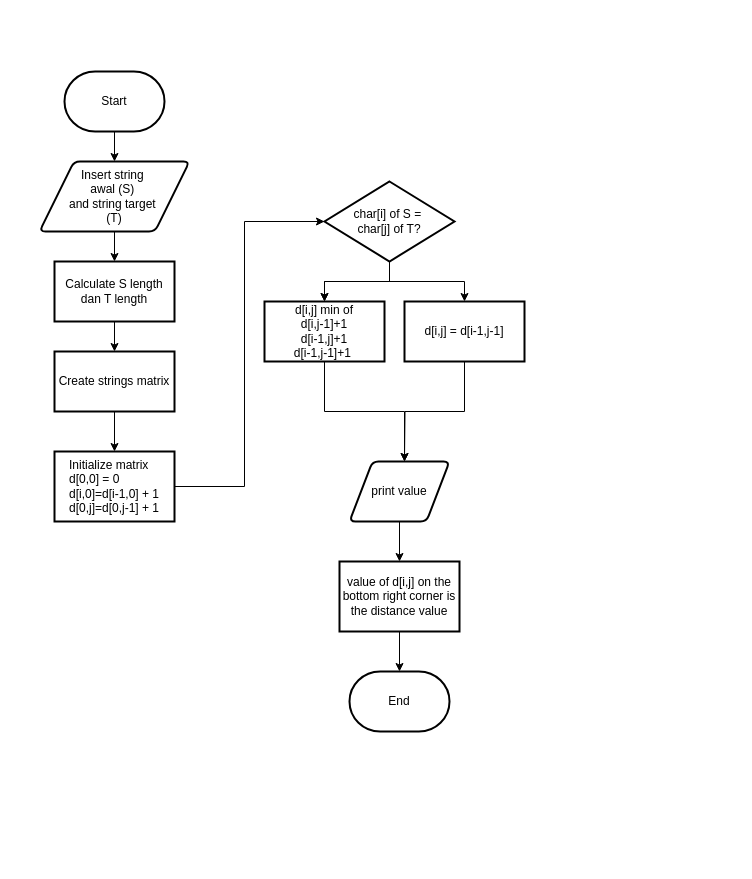
Earlier version of the draw.io diagram page "Page-1" (1 of 2) of Diagram-LD.drawio (jezreelkosasih/diagram). Source tidied: cells renumbered, new cells numbered last; positions are measured from the earlier drawing's top-left corner, leaving out a move shared by most shapes. Both pictures are drawn from the tidied source at 100%, with x=0, y=0 at pixel (39, 71).
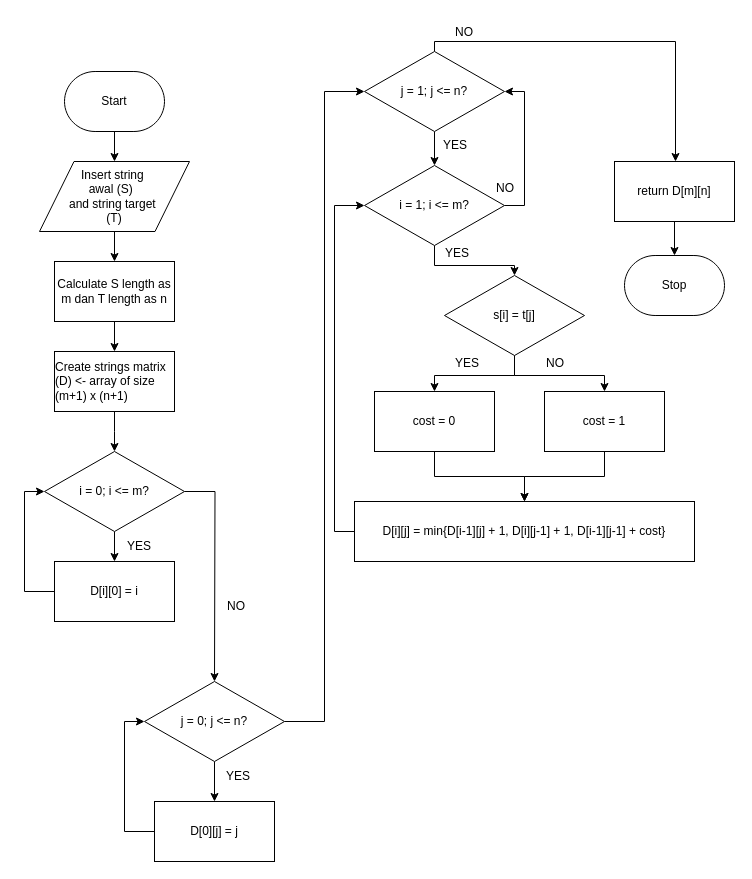
Above is the later version.

What changed in the source:
```diff
@@
-    <mxCell id="2" style="edgeStyle=orthogonalEdgeStyle;rounded=0;jettySize=auto;html=1;" parent="1" edge="1" source="13" target="5">
+    <mxCell id="2" style="edgeStyle=orthogonalEdgeStyle;rounded=0;jettySize=auto;html=1;labelBackgroundColor=none;fontColor=default;fontStyle=0;" parent="1" edge="1" source="13" target="5">
       <mxGeometry relative="1" as="geometry" />
     </mxCell>
-    <mxCell id="3" value="Start" style="strokeWidth=2;html=1;shape=mxgraph.flowchart.terminator;whiteSpace=wrap;" parent="1" vertex="1">
+    <mxCell id="3" value="Start" style="strokeWidth=1;html=1;shape=mxgraph.flowchart.terminator;whiteSpace=wrap;labelBackgroundColor=none;fontStyle=0;" parent="1" vertex="1">
       <mxGeometry x="25" width="100" height="60" as="geometry" />
     </mxCell>
-    <mxCell id="4" style="edgeStyle=orthogonalEdgeStyle;rounded=0;jettySize=auto;html=1;" parent="1" edge="1" source="5" target="7">
+    <mxCell id="4" style="edgeStyle=orthogonalEdgeStyle;rounded=0;jettySize=auto;html=1;labelBackgroundColor=none;fontColor=default;fontStyle=0;" parent="1" edge="1" source="5" target="7">
       <mxGeometry relative="1" as="geometry" />
     </mxCell>
-    <mxCell id="5" value="Calculate S length dan T length" style="whiteSpace=wrap;html=1;strokeWidth=2;" parent="1" vertex="1">
+    <mxCell id="5" value="Calculate S length as m dan T length as n" style="whiteSpace=wrap;html=1;strokeWidth=1;labelBackgroundColor=none;fontStyle=0;strokeColor=default;" parent="1" vertex="1">
       <mxGeometry x="15" y="190" width="120" height="60" as="geometry" />
     </mxCell>
-    <mxCell id="6" style="edgeStyle=orthogonalEdgeStyle;rounded=0;jettySize=auto;html=1;" parent="1" edge="1" source="15" target="11">
-      <mxGeometry relative="1" as="geometry">
-        <Array as="points">
-          <mxPoint x="205" y="415" />
-          <mxPoint x="205" y="150" />
-        </Array>
-      </mxGeometry>
-    </mxCell>
-    <mxCell id="7" value="&lt;div style=&quot;text-align: left;&quot;&gt;&lt;span style=&quot;background-color: initial;&quot;&gt;Create strings matrix&lt;/span&gt;&lt;/div&gt;" style="whiteSpace=wrap;html=1;strokeWidth=2;" parent="1" vertex="1">
+    <mxCell id="7" value="&lt;div style=&quot;text-align: left;&quot;&gt;&lt;span style=&quot;background-color: initial;&quot;&gt;Create strings matrix (D) &amp;lt;- array of size (m+1) x (n+1)&lt;/span&gt;&lt;/div&gt;" style="whiteSpace=wrap;html=1;strokeWidth=1;labelBackgroundColor=none;fontStyle=0;" parent="1" vertex="1">
       <mxGeometry x="15" y="280" width="120" height="60" as="geometry" />
     </mxCell>
-    <mxCell id="8" style="edgeStyle=orthogonalEdgeStyle;rounded=0;jettySize=auto;html=1;" parent="1" edge="1" source="11" target="17">
-      <mxGeometry relative="1" as="geometry" />
-    </mxCell>
-    <mxCell id="9" style="edgeStyle=orthogonalEdgeStyle;rounded=0;jettySize=auto;html=1;" parent="1" edge="1" source="11" target="17">
-      <mxGeometry relative="1" as="geometry" />
-    </mxCell>
-    <mxCell id="10" style="edgeStyle=orthogonalEdgeStyle;rounded=0;jettySize=auto;html=1;" parent="1" edge="1" source="11" target="19">
-      <mxGeometry relative="1" as="geometry" />
-    </mxCell>
-    <mxCell id="11" value="char[i] of S =&amp;nbsp;&lt;div&gt;char[j] of T?&lt;/div&gt;" style="rhombus;whiteSpace=wrap;html=1;strokeWidth=2;" parent="1" vertex="1">
-      <mxGeometry x="285" y="110" width="130" height="80" as="geometry" />
-    </mxCell>
-    <mxCell id="12" style="edgeStyle=orthogonalEdgeStyle;rounded=0;jettySize=auto;html=1;" parent="1" edge="1" source="3" target="13">
+    <mxCell id="12" style="edgeStyle=orthogonalEdgeStyle;rounded=0;jettySize=auto;html=1;labelBackgroundColor=none;fontColor=default;fontStyle=0;" parent="1" edge="1" source="3" target="13">
       <mxGeometry relative="1" as="geometry" />
     </mxCell>
-    <mxCell id="13" value="Insert string&amp;nbsp;&lt;div&gt;awal (S)&amp;nbsp;&lt;div&gt;and string target&amp;nbsp;&lt;/div&gt;&lt;div&gt;(T)&lt;/div&gt;&lt;/div&gt;" style="shape=parallelogram;html=1;strokeWidth=2;perimeter=parallelogramPerimeter;whiteSpace=wrap;rounded=1;arcSize=12;size=0.23;" parent="1" vertex="1">
+    <mxCell id="13" value="Insert string&amp;nbsp;&lt;div&gt;awal (S)&amp;nbsp;&amp;nbsp;&lt;div&gt;and string target&amp;nbsp;&lt;/div&gt;&lt;div&gt;(T)&lt;/div&gt;&lt;/div&gt;" style="shape=parallelogram;html=1;strokeWidth=1;perimeter=parallelogramPerimeter;whiteSpace=wrap;rounded=0;arcSize=12;size=0.23;labelBackgroundColor=none;fontStyle=0;" parent="1" vertex="1">
       <mxGeometry y="90" width="150" height="70" as="geometry" />
     </mxCell>
-    <mxCell id="14" style="edgeStyle=orthogonalEdgeStyle;rounded=0;jettySize=auto;html=1;" parent="1" edge="1" source="7" target="15">
-      <mxGeometry relative="1" as="geometry" />
+    <mxCell id="14" style="edgeStyle=orthogonalEdgeStyle;rounded=0;jettySize=auto;html=1;labelBackgroundColor=none;fontColor=default;fontStyle=0;" parent="1" edge="1" source="7">
+      <mxGeometry relative="1" as="geometry">
+        <mxPoint x="75" y="380" as="targetPoint" />
+      </mxGeometry>
     </mxCell>
-    <mxCell id="15" value="&lt;div style=&quot;text-align: left;&quot;&gt;&lt;span style=&quot;background-color: initial;&quot;&gt;Initialize matrix&lt;/span&gt;&lt;/div&gt;&lt;div style=&quot;text-align: left;&quot;&gt;&lt;span style=&quot;background-color: initial;&quot;&gt;d[0,0] = 0&lt;/span&gt;&lt;/div&gt;&lt;div style=&quot;text-align: left;&quot;&gt;&lt;span style=&quot;background-color: initial;&quot;&gt;d[i,0]=d[i-1,0] + 1&lt;/span&gt;&lt;/div&gt;&lt;div style=&quot;text-align: left;&quot;&gt;&lt;span style=&quot;background-color: initial;&quot;&gt;d[0,j]=d[0,j-1] + 1&lt;/span&gt;&lt;/div&gt;" style="whiteSpace=wrap;html=1;strokeWidth=2;" parent="1" vertex="1">
-      <mxGeometry x="15" y="380" width="120" height="70" as="geometry" />
-    </mxCell>
-    <mxCell id="16" style="edgeStyle=orthogonalEdgeStyle;rounded=0;jettySize=auto;html=1;" parent="1" edge="1" source="17">
-      <mxGeometry relative="1" as="geometry">
-        <mxPoint x="365" y="390" as="targetPoint" />
-        <Array as="points">
-          <mxPoint x="285" y="340" />
-          <mxPoint x="365" y="340" />
-        </Array>
-      </mxGeometry>
-    </mxCell>
-    <mxCell id="17" value="d[i,j] min of&lt;div&gt;d[i,j-1]+1&lt;/div&gt;&lt;div&gt;d[i-1,j]+1&lt;/div&gt;&lt;div&gt;d[i-1,j-1]+1&amp;nbsp;&lt;/div&gt;" style="whiteSpace=wrap;html=1;strokeWidth=2;" parent="1" vertex="1">
-      <mxGeometry x="225" y="230" width="120" height="60" as="geometry" />
-    </mxCell>
-    <mxCell id="18" style="edgeStyle=orthogonalEdgeStyle;rounded=0;jettySize=auto;html=1;" parent="1" edge="1" source="19">
-      <mxGeometry relative="1" as="geometry">
-        <mxPoint x="365" y="390" as="targetPoint" />
-      </mxGeometry>
-    </mxCell>
-    <mxCell id="19" value="d[i,j] = d[i-1,j-1]" style="whiteSpace=wrap;html=1;strokeWidth=2;" parent="1" vertex="1">
-      <mxGeometry x="365" y="230" width="120" height="60" as="geometry" />
-    </mxCell>
-    <mxCell id="20" style="edgeStyle=orthogonalEdgeStyle;rounded=0;jettySize=auto;html=1;" parent="1" edge="1" source="21" target="23">
-      <mxGeometry relative="1" as="geometry" />
-    </mxCell>
-    <mxCell id="21" value="print value" style="shape=parallelogram;html=1;strokeWidth=2;perimeter=parallelogramPerimeter;whiteSpace=wrap;rounded=1;arcSize=12;size=0.23;" parent="1" vertex="1">
-      <mxGeometry x="310" y="390" width="100" height="60" as="geometry" />
-    </mxCell>
-    <mxCell id="22" style="edgeStyle=orthogonalEdgeStyle;rounded=0;jettySize=auto;html=1;" parent="1" edge="1" source="23" target="24">
-      <mxGeometry relative="1" as="geometry" />
-    </mxCell>
-    <mxCell id="23" value="&lt;div style=&quot;&quot;&gt;&lt;span style=&quot;&quot;&gt;value of d[i,j] on the bottom right corner is the distance value&lt;/span&gt;&lt;br&gt;&lt;/div&gt;" style="whiteSpace=wrap;html=1;strokeWidth=2;align=center;" parent="1" vertex="1">
-      <mxGeometry x="300" y="490" width="120" height="70" as="geometry" />
-    </mxCell>
-    <mxCell id="24" value="End" style="strokeWidth=2;html=1;shape=mxgraph.flowchart.terminator;whiteSpace=wrap;" parent="1" vertex="1">
-      <mxGeometry x="310" y="600" width="100" height="60" as="geometry" />
-    </mxCell>
+    <mxCell id="25" style="edgeStyle=orthogonalEdgeStyle;rounded=0;jettySize=auto;html=1;labelBackgroundColor=none;fontColor=default;" parent="1" edge="1" source="27" target="29">
+      <mxGeometry relative="1" as="geometry" />
+    </mxCell>
+    <mxCell id="26" style="edgeStyle=orthogonalEdgeStyle;rounded=0;jettySize=auto;html=1;labelBackgroundColor=none;fontColor=default;" parent="1" edge="1" source="27">
+      <mxGeometry relative="1" as="geometry">
+        <mxPoint x="175" y="610" as="targetPoint" />
+      </mxGeometry>
+    </mxCell>
+    <mxCell id="27" value="i = 0; i &amp;lt;= m?" style="rhombus;whiteSpace=wrap;html=1;labelBackgroundColor=none;" parent="1" vertex="1">
+      <mxGeometry x="5" y="380" width="140" height="80" as="geometry" />
+    </mxCell>
+    <mxCell id="28" style="edgeStyle=orthogonalEdgeStyle;rounded=0;jettySize=auto;html=1;entryX=0;entryY=0.5;entryDx=0;entryDy=0;labelBackgroundColor=none;fontColor=default;" parent="1" edge="1" source="29" target="27">
+      <mxGeometry relative="1" as="geometry">
+        <Array as="points">
+          <mxPoint x="-15" y="520" />
+          <mxPoint x="-15" y="420" />
+        </Array>
+      </mxGeometry>
+    </mxCell>
+    <mxCell id="29" value="D[i][0] = i" style="whiteSpace=wrap;html=1;labelBackgroundColor=none;" parent="1" vertex="1">
+      <mxGeometry x="15" y="490" width="120" height="60" as="geometry" />
+    </mxCell>
+    <mxCell id="30" value="YES" style="text;html=1;align=center;verticalAlign=middle;whiteSpace=wrap;rounded=0;labelBackgroundColor=none;" parent="1" vertex="1">
+      <mxGeometry x="70" y="460" width="60" height="30" as="geometry" />
+    </mxCell>
+    <mxCell id="31" style="edgeStyle=orthogonalEdgeStyle;rounded=0;jettySize=auto;html=1;entryX=0.5;entryY=0;entryDx=0;entryDy=0;labelBackgroundColor=none;fontColor=default;" parent="1" edge="1" source="33" target="35">
+      <mxGeometry relative="1" as="geometry" />
+    </mxCell>
+    <mxCell id="32" style="edgeStyle=orthogonalEdgeStyle;rounded=0;jettySize=auto;html=1;entryX=0;entryY=0.5;entryDx=0;entryDy=0;" parent="1" edge="1" source="33" target="40">
+      <mxGeometry relative="1" as="geometry">
+        <Array as="points">
+          <mxPoint x="285" y="650" />
+          <mxPoint x="285" y="20" />
+        </Array>
+      </mxGeometry>
+    </mxCell>
+    <mxCell id="33" value="j = 0; j &amp;lt;= n?" style="rhombus;whiteSpace=wrap;html=1;labelBackgroundColor=none;" parent="1" vertex="1">
+      <mxGeometry x="105" y="610" width="140" height="80" as="geometry" />
+    </mxCell>
+    <mxCell id="34" style="edgeStyle=orthogonalEdgeStyle;rounded=0;jettySize=auto;html=1;entryX=0;entryY=0.5;entryDx=0;entryDy=0;labelBackgroundColor=none;fontColor=default;" parent="1" edge="1" source="35" target="33">
+      <mxGeometry relative="1" as="geometry">
+        <Array as="points">
+          <mxPoint x="85" y="760" />
+          <mxPoint x="85" y="650" />
+        </Array>
+      </mxGeometry>
+    </mxCell>
+    <mxCell id="35" value="D[0][j] = j" style="whiteSpace=wrap;html=1;labelBackgroundColor=none;" parent="1" vertex="1">
+      <mxGeometry x="115" y="730" width="120" height="60" as="geometry" />
+    </mxCell>
+    <mxCell id="36" value="YES" style="text;html=1;align=center;verticalAlign=middle;whiteSpace=wrap;rounded=0;labelBackgroundColor=none;" parent="1" vertex="1">
+      <mxGeometry x="169" y="690" width="60" height="30" as="geometry" />
+    </mxCell>
+    <mxCell id="37" value="NO" style="text;html=1;align=center;verticalAlign=middle;whiteSpace=wrap;rounded=0;labelBackgroundColor=none;" parent="1" vertex="1">
+      <mxGeometry x="167" y="520" width="60" height="30" as="geometry" />
+    </mxCell>
+    <mxCell id="38" style="edgeStyle=orthogonalEdgeStyle;rounded=0;jettySize=auto;html=1;" parent="1" edge="1" source="40" target="43">
+      <mxGeometry relative="1" as="geometry" />
+    </mxCell>
+    <mxCell id="39" style="edgeStyle=orthogonalEdgeStyle;rounded=0;jettySize=auto;html=1;" parent="1" edge="1" source="40" target="59">
+      <mxGeometry relative="1" as="geometry">
+        <Array as="points">
+          <mxPoint x="395" y="-30" />
+          <mxPoint x="636" y="-30" />
+          <mxPoint x="636" y="120" />
+        </Array>
+      </mxGeometry>
+    </mxCell>
+    <mxCell id="40" value="j = 1; j &amp;lt;= n?" style="rhombus;whiteSpace=wrap;html=1;labelBackgroundColor=none;" parent="1" vertex="1">
+      <mxGeometry x="325" y="-20" width="140" height="80" as="geometry" />
+    </mxCell>
+    <mxCell id="41" style="edgeStyle=orthogonalEdgeStyle;rounded=0;jettySize=auto;html=1;" parent="1" edge="1" source="43" target="46">
+      <mxGeometry relative="1" as="geometry" />
+    </mxCell>
+    <mxCell id="42" style="edgeStyle=orthogonalEdgeStyle;rounded=0;jettySize=auto;html=1;entryX=1;entryY=0.5;entryDx=0;entryDy=0;" parent="1" edge="1" source="43" target="40">
+      <mxGeometry relative="1" as="geometry">
+        <Array as="points">
+          <mxPoint x="485" y="134" />
+          <mxPoint x="485" y="20" />
+        </Array>
+      </mxGeometry>
+    </mxCell>
+    <mxCell id="43" value="i = 1; i &amp;lt;= m?" style="rhombus;whiteSpace=wrap;html=1;labelBackgroundColor=none;" parent="1" vertex="1">
+      <mxGeometry x="325" y="94" width="140" height="80" as="geometry" />
+    </mxCell>
+    <mxCell id="44" style="edgeStyle=orthogonalEdgeStyle;rounded=0;jettySize=auto;html=1;" parent="1" edge="1" source="46" target="48">
+      <mxGeometry relative="1" as="geometry" />
+    </mxCell>
+    <mxCell id="45" style="edgeStyle=orthogonalEdgeStyle;rounded=0;jettySize=auto;html=1;" parent="1" edge="1" source="46" target="50">
+      <mxGeometry relative="1" as="geometry" />
+    </mxCell>
+    <mxCell id="46" value="s[i] = t[j]" style="rhombus;whiteSpace=wrap;html=1;labelBackgroundColor=none;" parent="1" vertex="1">
+      <mxGeometry x="405" y="204" width="140" height="80" as="geometry" />
+    </mxCell>
+    <mxCell id="47" style="edgeStyle=orthogonalEdgeStyle;rounded=0;jettySize=auto;html=1;" parent="1" edge="1" source="48" target="52">
+      <mxGeometry relative="1" as="geometry" />
+    </mxCell>
+    <mxCell id="48" value="cost = 0" style="whiteSpace=wrap;html=1;labelBackgroundColor=none;" parent="1" vertex="1">
+      <mxGeometry x="335" y="320" width="120" height="60" as="geometry" />
+    </mxCell>
+    <mxCell id="49" style="edgeStyle=orthogonalEdgeStyle;rounded=0;jettySize=auto;html=1;entryX=0.5;entryY=0;entryDx=0;entryDy=0;" parent="1" edge="1" source="50" target="52">
+      <mxGeometry relative="1" as="geometry" />
+    </mxCell>
+    <mxCell id="50" value="cost = 1" style="whiteSpace=wrap;html=1;labelBackgroundColor=none;" parent="1" vertex="1">
+      <mxGeometry x="505" y="320" width="120" height="60" as="geometry" />
+    </mxCell>
+    <mxCell id="51" style="edgeStyle=orthogonalEdgeStyle;rounded=0;jettySize=auto;html=1;entryX=0;entryY=0.5;entryDx=0;entryDy=0;" parent="1" edge="1" source="52" target="43">
+      <mxGeometry relative="1" as="geometry">
+        <Array as="points">
+          <mxPoint x="295" y="460" />
+          <mxPoint x="295" y="134" />
+        </Array>
+      </mxGeometry>
+    </mxCell>
+    <mxCell id="52" value="D[i][j] = min{D[i-1][j] + 1, D[i][j-1] + 1, D[i-1][j-1] + cost}" style="whiteSpace=wrap;html=1;labelBackgroundColor=none;" parent="1" vertex="1">
+      <mxGeometry x="315" y="430" width="340" height="60" as="geometry" />
+    </mxCell>
+    <mxCell id="53" value="YES" style="text;html=1;align=center;verticalAlign=middle;whiteSpace=wrap;rounded=0;labelBackgroundColor=none;" parent="1" vertex="1">
+      <mxGeometry x="388" y="167" width="60" height="30" as="geometry" />
+    </mxCell>
+    <mxCell id="54" value="YES" style="text;html=1;align=center;verticalAlign=middle;whiteSpace=wrap;rounded=0;labelBackgroundColor=none;" parent="1" vertex="1">
+      <mxGeometry x="386" y="59" width="60" height="30" as="geometry" />
+    </mxCell>
+    <mxCell id="55" value="NO" style="text;html=1;align=center;verticalAlign=middle;whiteSpace=wrap;rounded=0;labelBackgroundColor=none;" parent="1" vertex="1">
+      <mxGeometry x="436" y="102" width="60" height="30" as="geometry" />
+    </mxCell>
+    <mxCell id="56" value="YES" style="text;html=1;align=center;verticalAlign=middle;whiteSpace=wrap;rounded=0;labelBackgroundColor=none;" parent="1" vertex="1">
+      <mxGeometry x="398" y="277" width="60" height="30" as="geometry" />
+    </mxCell>
+    <mxCell id="57" value="NO" style="text;html=1;align=center;verticalAlign=middle;whiteSpace=wrap;rounded=0;labelBackgroundColor=none;" parent="1" vertex="1">
+      <mxGeometry x="486" y="277" width="60" height="30" as="geometry" />
+    </mxCell>
+    <mxCell id="58" value="NO" style="text;html=1;align=center;verticalAlign=middle;whiteSpace=wrap;rounded=0;labelBackgroundColor=none;" parent="1" vertex="1">
+      <mxGeometry x="395" y="-54" width="60" height="30" as="geometry" />
+    </mxCell>
+    <mxCell id="59" value="return D[m][n]" style="rounded=0;whiteSpace=wrap;html=1;" parent="1" vertex="1">
+      <mxGeometry x="575" y="90" width="120" height="60" as="geometry" />
+    </mxCell>
+    <mxCell id="60" value="Stop" style="strokeWidth=1;html=1;shape=mxgraph.flowchart.terminator;whiteSpace=wrap;labelBackgroundColor=none;fontStyle=0;" parent="1" vertex="1">
+      <mxGeometry x="585" y="184" width="100" height="60" as="geometry" />
+    </mxCell>
+    <mxCell id="61" style="edgeStyle=orthogonalEdgeStyle;rounded=0;jettySize=auto;html=1;entryX=0.5;entryY=0;entryDx=0;entryDy=0;entryPerimeter=0;" parent="1" edge="1" source="59" target="60">
+      <mxGeometry relative="1" as="geometry" />
+    </mxCell>
```
